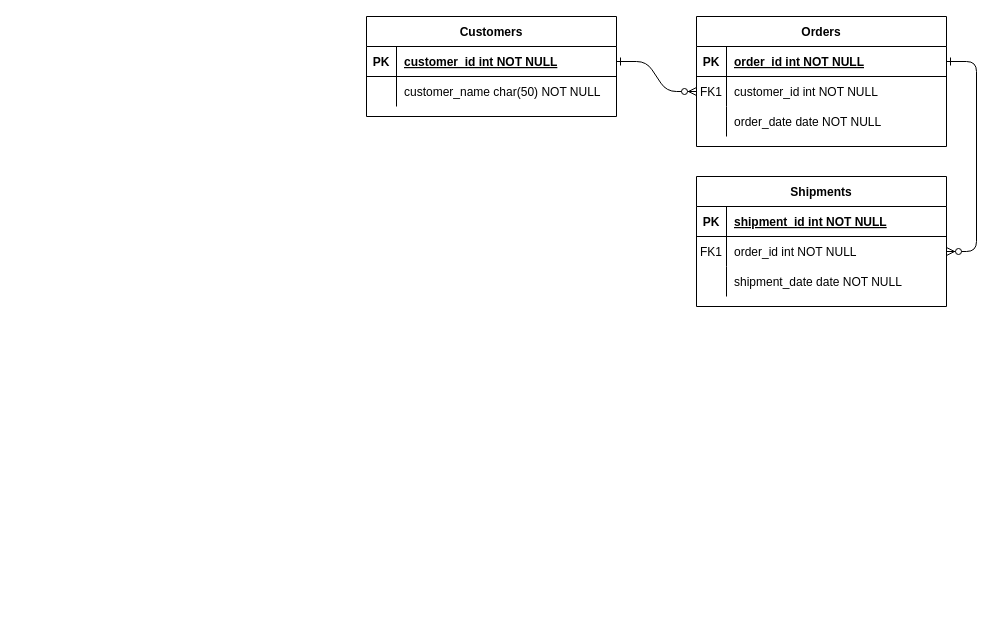
This is ERD.drawio from tasdendu/icecream_truck, a draw.io file, before an edit. Source tidied: cells renumbered, new cells numbered last; positions are measured from the earlier drawing's top-left corner, leaving out a move shared by most shapes. Both pictures are drawn from the tidied source at 100%, with x=0, y=0 at pixel (366, 16).
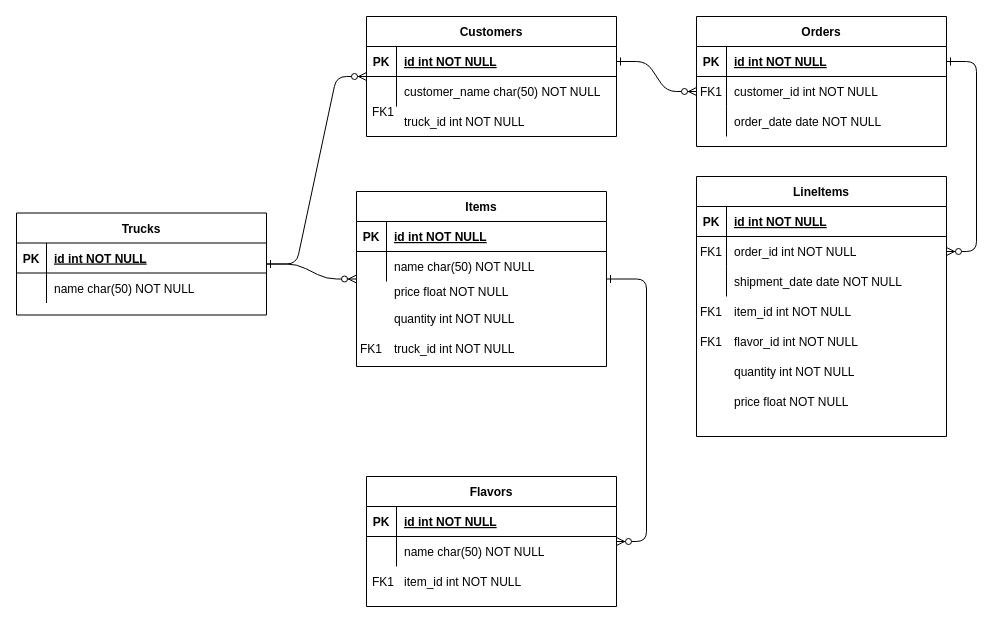
Above is the later version.

The change refers to these unchanged cells:
```xml
<mxCell id="5" style="shape=partialRectangle;fillColor=none;points=[[0,0.5],[1,0.5]];portConstraint=eastwest;top=0;left=0;right=0;bottom=1;" parent="4" vertex="1">
  <mxGeometry y="30" width="250" height="30" as="geometry" />
</mxCell>
<mxCell id="15" style="shape=partialRectangle;fillColor=none;top=0;left=0;right=0;bottom=1;" parent="14" vertex="1">
  <mxGeometry y="30" width="250" height="30" as="geometry" />
</mxCell>
<mxCell id="25" style="shape=partialRectangle;fillColor=none;points=[[0,0.5],[1,0.5]];portConstraint=eastwest;top=0;left=0;right=0;bottom=1;" parent="24" vertex="1">
  <mxGeometry y="30" width="250" height="30" as="geometry" />
</mxCell>
```

Diff of the diagram source:
```diff
@@
-    <mxCell id="7" value="order_id int NOT NULL " style="shape=partialRectangle;overflow=hidden;fillColor=none;top=0;left=0;bottom=0;right=0;align=left;spacingLeft=6;fontStyle=5;" parent="5" vertex="1">
+    <mxCell id="7" value="id int NOT NULL " style="shape=partialRectangle;overflow=hidden;fillColor=none;top=0;left=0;bottom=0;right=0;align=left;spacingLeft=6;fontStyle=5;" parent="5" vertex="1">
       <mxGeometry x="30" width="220" height="30" as="geometry" />
     </mxCell>
@@
-    <mxCell id="14" value="Shipments" style="shape=table;startSize=30;childLayout=tableLayout;rowLines=0;fontStyle=1;align=center;" parent="1" vertex="1">
-      <mxGeometry x="330" y="160" width="250" height="130" as="geometry" />
+    <mxCell id="14" value="LineItems" style="shape=table;startSize=30;childLayout=tableLayout;rowLines=0;fontStyle=1;align=center;" parent="1" vertex="1">
+      <mxGeometry x="330" y="160" width="250" height="260" as="geometry" />
     </mxCell>
@@
-    <mxCell id="17" value="shipment_id int NOT NULL " style="shape=partialRectangle;overflow=hidden;fillColor=none;top=0;left=0;bottom=0;right=0;align=left;spacingLeft=6;fontStyle=5;" parent="15" vertex="1">
+    <mxCell id="17" value="id int NOT NULL " style="shape=partialRectangle;overflow=hidden;fillColor=none;top=0;left=0;bottom=0;right=0;align=left;spacingLeft=6;fontStyle=5;" parent="15" vertex="1">
       <mxGeometry x="30" width="220" height="30" as="geometry" />
     </mxCell>
@@
     <mxCell id="24" value="Customers" style="shape=table;startSize=30;childLayout=tableLayout;rowLines=0;fontStyle=1;align=center;" parent="1" vertex="1">
-      <mxGeometry width="250" height="100" as="geometry" />
+      <mxGeometry width="250" height="120" as="geometry" />
     </mxCell>
@@
-    <mxCell id="27" value="customer_id int NOT NULL " style="shape=partialRectangle;overflow=hidden;fillColor=none;top=0;left=0;bottom=0;right=0;align=left;spacingLeft=6;fontStyle=5;" parent="25" vertex="1">
+    <mxCell id="27" value="id int NOT NULL " style="shape=partialRectangle;overflow=hidden;fillColor=none;top=0;left=0;bottom=0;right=0;align=left;spacingLeft=6;fontStyle=5;" parent="25" vertex="1">
       <mxGeometry x="30" width="220" height="30" as="geometry" />
     </mxCell>
@@
+    <mxCell id="31" value="Items" style="shape=table;startSize=30;childLayout=tableLayout;rowLines=0;fontStyle=1;align=center;" parent="1" vertex="1">
+      <mxGeometry x="-10" y="175" width="250" height="175" as="geometry" />
+    </mxCell>
+    <mxCell id="32" style="shape=partialRectangle;fillColor=none;top=0;left=0;right=0;bottom=1;" parent="31" vertex="1">
+      <mxGeometry y="30" width="250" height="30" as="geometry" />
+    </mxCell>
+    <mxCell id="33" value="PK" style="shape=partialRectangle;overflow=hidden;fillColor=none;top=0;left=0;bottom=0;right=0;fontStyle=1;" parent="32" vertex="1">
+      <mxGeometry width="30" height="30" as="geometry" />
+    </mxCell>
+    <mxCell id="34" value="id int NOT NULL " style="shape=partialRectangle;overflow=hidden;fillColor=none;top=0;left=0;bottom=0;right=0;align=left;spacingLeft=6;fontStyle=5;" parent="32" vertex="1">
+      <mxGeometry x="30" width="220" height="30" as="geometry" />
+    </mxCell>
+    <mxCell id="35" style="shape=partialRectangle;fillColor=none;top=0;left=0;right=0;bottom=0;" parent="31" vertex="1">
+      <mxGeometry y="60" width="250" height="30" as="geometry" />
+    </mxCell>
+    <mxCell id="36" style="shape=partialRectangle;overflow=hidden;fillColor=none;top=0;left=0;bottom=0;right=0;" parent="35" vertex="1">
+      <mxGeometry width="30" height="30" as="geometry" />
+    </mxCell>
+    <mxCell id="37" value="name char(50) NOT NULL" style="shape=partialRectangle;overflow=hidden;fillColor=none;top=0;left=0;bottom=0;right=0;align=left;spacingLeft=6;" parent="35" vertex="1">
+      <mxGeometry x="30" width="220" height="30" as="geometry" />
+    </mxCell>
+    <mxCell id="38" value="price float NOT NULL" style="shape=partialRectangle;overflow=hidden;fillColor=none;top=0;left=0;bottom=0;right=0;align=left;spacingLeft=6;" parent="1" vertex="1">
+      <mxGeometry x="20" y="260" width="220" height="30" as="geometry" />
+    </mxCell>
+    <mxCell id="39" value="Flavors" style="shape=table;startSize=30;childLayout=tableLayout;rowLines=0;fontStyle=1;align=center;" parent="1" vertex="1">
+      <mxGeometry y="460" width="250" height="130" as="geometry" />
+    </mxCell>
+    <mxCell id="40" style="shape=partialRectangle;fillColor=none;top=0;left=0;right=0;bottom=1;" parent="39" vertex="1">
+      <mxGeometry y="30" width="250" height="30" as="geometry" />
+    </mxCell>
+    <mxCell id="41" value="PK" style="shape=partialRectangle;overflow=hidden;fillColor=none;top=0;left=0;bottom=0;right=0;fontStyle=1;" parent="40" vertex="1">
+      <mxGeometry width="30" height="30" as="geometry" />
+    </mxCell>
+    <mxCell id="42" value="id int NOT NULL " style="shape=partialRectangle;overflow=hidden;fillColor=none;top=0;left=0;bottom=0;right=0;align=left;spacingLeft=6;fontStyle=5;" parent="40" vertex="1">
+      <mxGeometry x="30" width="220" height="30" as="geometry" />
+    </mxCell>
+    <mxCell id="43" style="shape=partialRectangle;fillColor=none;top=0;left=0;right=0;bottom=0;" parent="39" vertex="1">
+      <mxGeometry y="60" width="250" height="30" as="geometry" />
+    </mxCell>
+    <mxCell id="44" style="shape=partialRectangle;overflow=hidden;fillColor=none;top=0;left=0;bottom=0;right=0;" parent="43" vertex="1">
+      <mxGeometry width="30" height="30" as="geometry" />
+    </mxCell>
+    <mxCell id="45" value="name char(50) NOT NULL" style="shape=partialRectangle;overflow=hidden;fillColor=none;top=0;left=0;bottom=0;right=0;align=left;spacingLeft=6;" parent="43" vertex="1">
+      <mxGeometry x="30" width="220" height="30" as="geometry" />
+    </mxCell>
+    <mxCell id="46" style="edgeStyle=entityRelationEdgeStyle;endArrow=ERzeroToMany;startArrow=ERone;endFill=1;startFill=0;" parent="1" edge="1" source="31" target="39">
+      <mxGeometry relative="1" as="geometry" />
+    </mxCell>
+    <mxCell id="47" value="quantity int NOT NULL" style="shape=partialRectangle;overflow=hidden;fillColor=none;top=0;left=0;bottom=0;right=0;align=left;spacingLeft=6;" parent="1" vertex="1">
+      <mxGeometry x="20" y="287" width="220" height="30" as="geometry" />
+    </mxCell>
+    <mxCell id="48" value="Trucks" style="shape=table;startSize=30;childLayout=tableLayout;rowLines=0;fontStyle=1;align=center;" parent="1" vertex="1">
+      <mxGeometry x="-350" y="196.5" width="250" height="102" as="geometry" />
+    </mxCell>
+    <mxCell id="49" style="shape=partialRectangle;fillColor=none;top=0;left=0;right=0;bottom=1;" parent="48" vertex="1">
+      <mxGeometry y="30" width="250" height="30" as="geometry" />
+    </mxCell>
+    <mxCell id="50" value="PK" style="shape=partialRectangle;overflow=hidden;fillColor=none;top=0;left=0;bottom=0;right=0;fontStyle=1;" parent="49" vertex="1">
+      <mxGeometry width="30" height="30" as="geometry" />
+    </mxCell>
+    <mxCell id="51" value="id int NOT NULL " style="shape=partialRectangle;overflow=hidden;fillColor=none;top=0;left=0;bottom=0;right=0;align=left;spacingLeft=6;fontStyle=5;" parent="49" vertex="1">
+      <mxGeometry x="30" width="220" height="30" as="geometry" />
+    </mxCell>
+    <mxCell id="52" style="shape=partialRectangle;fillColor=none;top=0;left=0;right=0;bottom=0;" parent="48" vertex="1">
+      <mxGeometry y="60" width="250" height="30" as="geometry" />
+    </mxCell>
+    <mxCell id="53" style="shape=partialRectangle;overflow=hidden;fillColor=none;top=0;left=0;bottom=0;right=0;" parent="52" vertex="1">
+      <mxGeometry width="30" height="30" as="geometry" />
+    </mxCell>
+    <mxCell id="54" value="name char(50) NOT NULL" style="shape=partialRectangle;overflow=hidden;fillColor=none;top=0;left=0;bottom=0;right=0;align=left;spacingLeft=6;" parent="52" vertex="1">
+      <mxGeometry x="30" width="220" height="30" as="geometry" />
+    </mxCell>
+    <mxCell id="55" style="edgeStyle=entityRelationEdgeStyle;endArrow=ERzeroToMany;startArrow=ERone;endFill=1;startFill=0;" parent="1" edge="1" source="48" target="31">
+      <mxGeometry relative="1" as="geometry" />
+    </mxCell>
+    <mxCell id="56" value="truck_id int NOT NULL" style="shape=partialRectangle;overflow=hidden;fillColor=none;top=0;left=0;bottom=0;right=0;align=left;spacingLeft=6;" parent="1" vertex="1">
+      <mxGeometry x="20" y="317" width="220" height="30" as="geometry" />
+    </mxCell>
+    <mxCell id="57" value="item_id int NOT NULL" style="shape=partialRectangle;overflow=hidden;fillColor=none;top=0;left=0;bottom=0;right=0;align=left;spacingLeft=6;" parent="1" vertex="1">
+      <mxGeometry x="30" y="550" width="220" height="30" as="geometry" />
+    </mxCell>
+    <mxCell id="58" style="endArrow=ERzeroToMany;startArrow=ERone;endFill=1;startFill=0;edgeStyle=entityRelationEdgeStyle;" parent="1" edge="1" source="48" target="24">
+      <mxGeometry relative="1" as="geometry" />
+    </mxCell>
+    <mxCell id="59" value="FK1" style="shape=partialRectangle;overflow=hidden;fillColor=none;top=0;left=0;bottom=0;right=0;" parent="1" vertex="1">
+      <mxGeometry x="-10" y="317" width="30" height="30" as="geometry" />
+    </mxCell>
+    <mxCell id="60" value="FK1" style="shape=partialRectangle;overflow=hidden;fillColor=none;top=0;left=0;bottom=0;right=0;" parent="1" vertex="1">
+      <mxGeometry x="2" y="550" width="30" height="30" as="geometry" />
+    </mxCell>
+    <mxCell id="61" value="FK1" style="shape=partialRectangle;overflow=hidden;fillColor=none;top=0;left=0;bottom=0;right=0;" parent="1" vertex="1">
+      <mxGeometry x="2" y="80" width="30" height="30" as="geometry" />
+    </mxCell>
+    <mxCell id="62" value="truck_id int NOT NULL" style="shape=partialRectangle;overflow=hidden;fillColor=none;top=0;left=0;bottom=0;right=0;align=left;spacingLeft=6;" parent="1" vertex="1">
+      <mxGeometry x="30" y="90" width="220" height="30" as="geometry" />
+    </mxCell>
+    <mxCell id="63" value="FK1" style="shape=partialRectangle;overflow=hidden;fillColor=none;top=0;left=0;bottom=0;right=0;" parent="1" vertex="1">
+      <mxGeometry x="330" y="280" width="30" height="30" as="geometry" />
+    </mxCell>
+    <mxCell id="64" value="item_id int NOT NULL" style="shape=partialRectangle;overflow=hidden;fillColor=none;top=0;left=0;bottom=0;right=0;align=left;spacingLeft=6;" parent="1" vertex="1">
+      <mxGeometry x="360" y="280" width="220" height="30" as="geometry" />
+    </mxCell>
+    <mxCell id="65" value="flavor_id int NOT NULL" style="shape=partialRectangle;overflow=hidden;fillColor=none;top=0;left=0;bottom=0;right=0;align=left;spacingLeft=6;" parent="1" vertex="1">
+      <mxGeometry x="360" y="310" width="220" height="30" as="geometry" />
+    </mxCell>
+    <mxCell id="66" value="FK1" style="shape=partialRectangle;overflow=hidden;fillColor=none;top=0;left=0;bottom=0;right=0;" parent="1" vertex="1">
+      <mxGeometry x="330" y="310" width="30" height="30" as="geometry" />
+    </mxCell>
+    <mxCell id="67" value="quantity int NOT NULL" style="shape=partialRectangle;overflow=hidden;fillColor=none;top=0;left=0;bottom=0;right=0;align=left;spacingLeft=6;" parent="1" vertex="1">
+      <mxGeometry x="360" y="340" width="220" height="30" as="geometry" />
+    </mxCell>
+    <mxCell id="68" value="price float NOT NULL" style="shape=partialRectangle;overflow=hidden;fillColor=none;top=0;left=0;bottom=0;right=0;align=left;spacingLeft=6;" parent="1" vertex="1">
+      <mxGeometry x="360" y="370" width="220" height="30" as="geometry" />
+    </mxCell>
```
